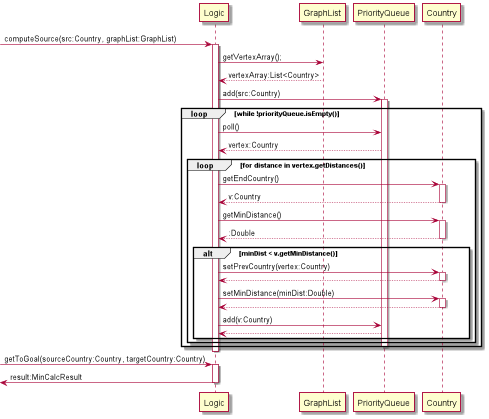
The PlantUML diagram docs/documentationPics/logic.png in nus-cs2113-AY2122S1/tp, before a commit.
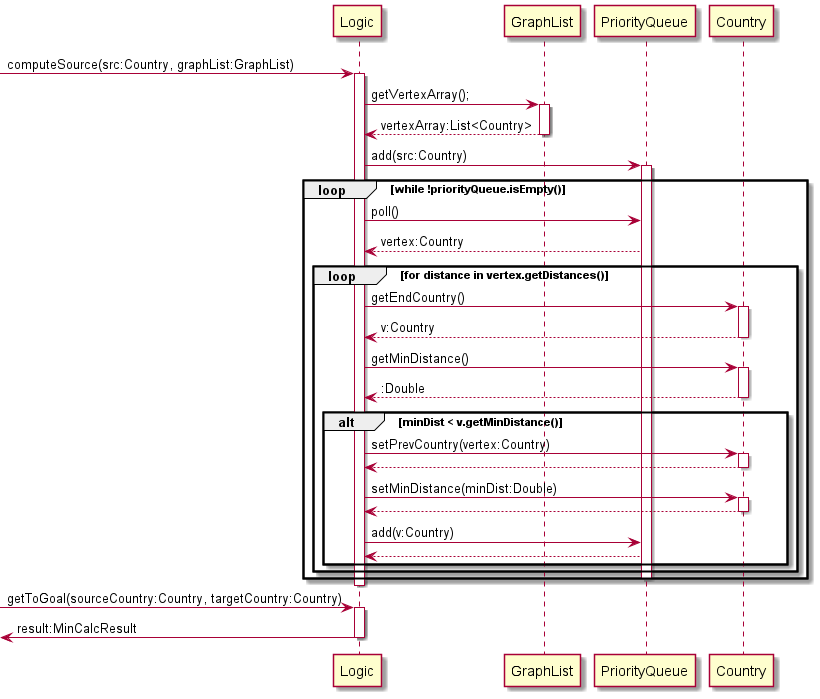
After the commit.

What changed in the source:
```diff
@@ -4,7 +4,9 @@
 activate Logic
 
 Logic -> GraphList: getVertexArray();
+activate GraphList
 GraphList --> Logic: vertexArray:List<Country>
+deactivate GraphList
 
 Logic -> PriorityQueue: add(src:Country)
 activate PriorityQueue
```
